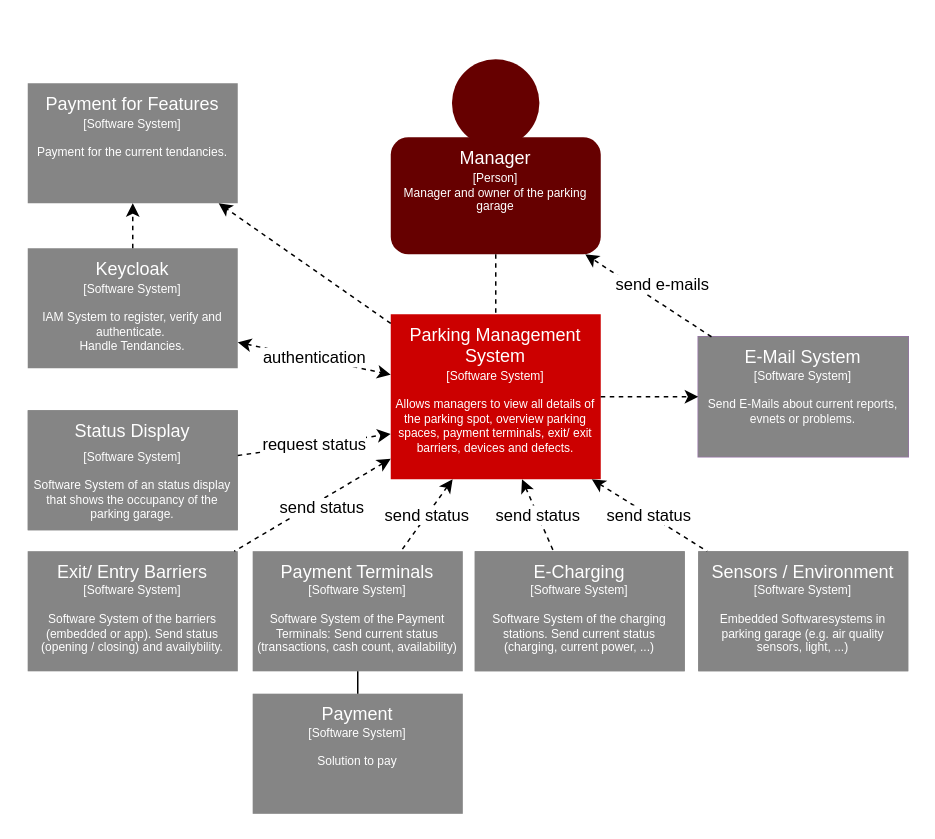
This is page "System Kontext" (2 of 8) of docu/parking_management.drawio from msi-cad-vw/.github, a draw.io file, before an edit. Source tidied: cells renumbered, new cells numbered last; positions are measured from the earlier drawing's top-left corner, leaving out a move shared by most shapes. Both pictures are drawn from the tidied source at 150%, with x=0, y=0 at pixel (26, 58).
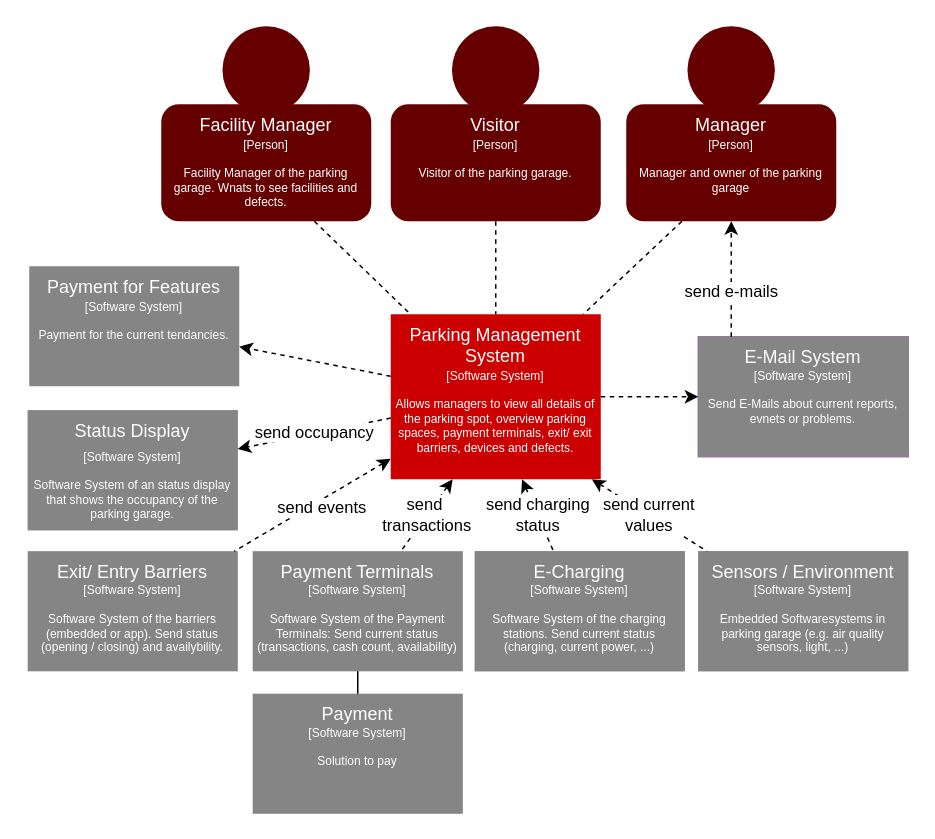
Above is the later version.

The change refers to these unchanged cells:
```xml
<mxCell id="3" style="group;" parent="2" vertex="1">
  <mxGeometry width="140" height="130" as="geometry" />
</mxCell>
<mxCell id="4" value="&lt;font style=&quot;line-height: 0.6;&quot; color=&quot;#ffffff&quot;&gt;&lt;font style=&quot;font-size: 12px;&quot;&gt;Manager&lt;/font&gt;&lt;br&gt;&lt;/font&gt;" style="rounded=1;whiteSpace=wrap;html=1;strokeColor=none;fillColor=#660000;verticalAlign=top;" parent="3" vertex="1">
  <mxGeometry y="52" width="140" height="78" as="geometry" />
</mxCell>
<mxCell id="9" value="Parking Management System" style="rounded=0;html=1;strokeColor=none;fillColor=#CC0000;fontColor=#FFFFFF;whiteSpace=wrap;verticalAlign=top;" parent="8" vertex="1">
  <mxGeometry width="140" height="110" as="geometry" />
</mxCell>
<mxCell id="10" value="&lt;span style=&quot;font-family: Helvetica; font-size: 8px; font-style: normal; font-variant-ligatures: normal; font-variant-caps: normal; font-weight: 400; letter-spacing: normal; orphans: 2; text-align: center; text-indent: 0px; text-transform: none; widows: 2; word-spacing: 0px; -webkit-text-stroke-width: 0px; text-decoration-thickness: initial; text-decoration-style: initial; text-decoration-color: initial; float: none; display: inline !important;&quot;&gt;[Software System]&lt;br&gt;&lt;br&gt;Allows managers to view all details of the parking spot, overview parking spaces, payment terminals, exit/ exit barriers, devices and defects.&lt;/span&gt;" style="text;html=1;strokeColor=none;fillColor=none;align=center;verticalAlign=top;whiteSpace=wrap;rounded=0;fontSize=8;fontColor=#FFFFFF;labelBackgroundColor=none;" parent="8" vertex="1">
  <mxGeometry y="30" width="140" height="80" as="geometry" />
</mxCell>
<mxCell id="12" value="E-Mail System" style="rounded=0;html=1;strokeColor=none;fillColor=#858585;fontColor=#FFFFFF;whiteSpace=wrap;verticalAlign=top;" parent="11" vertex="1">
  <mxGeometry width="140" height="80" as="geometry" />
</mxCell>
<mxCell id="15" value="Payment Terminals" style="rounded=0;html=1;strokeColor=none;fillColor=#858585;fontColor=#FFFFFF;whiteSpace=wrap;verticalAlign=top;" parent="14" vertex="1">
  <mxGeometry width="140" height="80" as="geometry" />
</mxCell>
<mxCell id="21" value="Sensors / Environment" style="rounded=0;html=1;strokeColor=none;fillColor=#858585;fontColor=#FFFFFF;whiteSpace=wrap;verticalAlign=top;" parent="20" vertex="1">
  <mxGeometry width="140" height="80" as="geometry" />
</mxCell>
<mxCell id="24" value="E-Charging" style="rounded=0;html=1;strokeColor=none;fillColor=#858585;fontColor=#FFFFFF;whiteSpace=wrap;verticalAlign=top;" parent="23" vertex="1">
  <mxGeometry width="140" height="80" as="geometry" />
</mxCell>
<mxCell id="26" style="edgeStyle=none;rounded=0;jettySize=auto;html=1;dashed=1;fontSize=11;fontColor=#FFFFFF;endArrow=none;endFill=0;startArrow=classic;startFill=1;" parent="1" edge="1" source="9" target="18">
  <mxGeometry relative="1" as="geometry" />
</mxCell>
<mxCell id="39" value="Status Display" style="rounded=0;html=1;strokeColor=none;fillColor=#858585;fontColor=#FFFFFF;whiteSpace=wrap;verticalAlign=top;" parent="38" vertex="1">
  <mxGeometry width="140" height="80" as="geometry" />
</mxCell>
<mxCell id="47" value="&lt;span style=&quot;font-family: Helvetica; font-size: 8px; font-style: normal; font-variant-ligatures: normal; font-variant-caps: normal; font-weight: 400; letter-spacing: normal; orphans: 2; text-align: center; text-indent: 0px; text-transform: none; widows: 2; word-spacing: 0px; -webkit-text-stroke-width: 0px; text-decoration-thickness: initial; text-decoration-style: initial; text-decoration-color: initial; float: none; display: inline !important;&quot;&gt;[Software System]&lt;br&gt;&lt;br&gt;Payment for the current tendancies.&lt;br&gt;&lt;/span&gt;" style="text;html=1;strokeColor=none;fillColor=none;align=center;verticalAlign=top;whiteSpace=wrap;rounded=0;fontSize=8;fontColor=#FFFFFF;labelBackgroundColor=none;" parent="45" vertex="1">
  <mxGeometry x="1" y="16" width="140" height="64" as="geometry" />
</mxCell>
```

What changed in the source:
```diff
@@
     <mxCell id="2" style="group;" parent="1" vertex="1">
-      <mxGeometry x="243" width="140" height="149" as="geometry" />
+      <mxGeometry x="400" y="-22" width="140" height="149" as="geometry" />
     </mxCell>
@@
-    <mxCell id="6" value="&lt;font style=&quot;line-height: 1;&quot;&gt;[Person]&lt;/font&gt;&lt;br style=&quot;font-size: 12px;&quot;&gt;Manager and owner of the parking garage" style="text;html=1;strokeColor=none;fillColor=none;align=center;verticalAlign=top;whiteSpace=wrap;rounded=0;fontSize=8;fontColor=#FFFFFF;labelBackgroundColor=none;" parent="3" vertex="1">
+    <mxCell id="6" value="&lt;font style=&quot;line-height: 1;&quot;&gt;[Person]&lt;br&gt;&lt;/font&gt;&lt;br&gt;Manager and owner of the parking garage" style="text;html=1;strokeColor=none;fillColor=none;align=center;verticalAlign=top;whiteSpace=wrap;rounded=0;fontSize=8;fontColor=#FFFFFF;labelBackgroundColor=none;" parent="3" vertex="1">
       <mxGeometry y="68" width="140" height="62" as="geometry" />
     </mxCell>
-    <mxCell id="7" style="edgeStyle=none;rounded=0;jettySize=auto;html=1;exitX=0.5;exitY=1;exitDx=0;exitDy=0;entryX=0.5;entryY=0;entryDx=0;entryDy=0;dashed=1;fontSize=8;fontColor=#FFFFFF;endArrow=none;endFill=0;" parent="1" edge="1" source="4">
-      <mxGeometry relative="1" as="geometry">
-        <mxPoint x="313" y="170" as="targetPoint" />
-      </mxGeometry>
+    <mxCell id="7" style="edgeStyle=none;rounded=0;jettySize=auto;html=1;dashed=1;fontSize=8;fontColor=#FFFFFF;endArrow=none;endFill=0;" parent="1" edge="1" source="6" target="9">
+      <mxGeometry relative="1" as="geometry" />
     </mxCell>
@@
-    <mxCell id="27" value="send status" style="edgeLabel;html=1;align=center;verticalAlign=middle;fontSize=11;" parent="26" vertex="1">
+    <mxCell id="27" value="send events" style="edgeLabel;html=1;align=center;verticalAlign=middle;fontSize=11;" parent="26" vertex="1">
       <mxGeometry x="-0.08" y="4" relative="1" as="geometry" />
     </mxCell>
-    <mxCell id="28" value="send status" style="edgeStyle=none;rounded=0;jettySize=auto;html=1;dashed=1;fontSize=11;fontColor=#000000;endArrow=none;endFill=0;startArrow=classic;startFill=1;" parent="1" edge="1" source="10" target="15">
+    <mxCell id="28" value="send&amp;nbsp;&lt;br&gt;transactions" style="edgeStyle=none;rounded=0;jettySize=auto;html=1;dashed=1;fontSize=11;fontColor=#000000;endArrow=none;endFill=0;startArrow=classic;startFill=1;" parent="1" edge="1" source="10" target="15">
       <mxGeometry relative="1" as="geometry" />
     </mxCell>
@@
-    <mxCell id="30" value="&lt;font color=&quot;#000000&quot;&gt;send status&lt;/font&gt;" style="edgeStyle=none;rounded=0;jettySize=auto;html=1;dashed=1;fontSize=11;fontColor=#FFFFFF;endArrow=none;endFill=0;startArrow=classic;startFill=1;" parent="1" edge="1" source="10" target="21">
+    <mxCell id="30" value="&lt;font color=&quot;#000000&quot;&gt;send current&lt;br&gt;values&lt;br&gt;&lt;/font&gt;" style="edgeStyle=none;rounded=0;jettySize=auto;html=1;dashed=1;fontSize=11;fontColor=#FFFFFF;endArrow=none;endFill=0;startArrow=classic;startFill=1;" parent="1" edge="1" source="10" target="21">
       <mxGeometry relative="1" as="geometry" />
     </mxCell>
-    <mxCell id="31" value="send status" style="edgeStyle=none;rounded=0;jettySize=auto;html=1;dashed=1;fontSize=11;fontColor=#000000;endArrow=none;endFill=0;startArrow=classic;startFill=1;" parent="1" edge="1" source="10" target="24">
+    <mxCell id="31" value="send charging&lt;br&gt;status" style="edgeStyle=none;rounded=0;jettySize=auto;html=1;dashed=1;fontSize=11;fontColor=#000000;endArrow=none;endFill=0;startArrow=classic;startFill=1;" parent="1" edge="1" source="10" target="24">
       <mxGeometry relative="1" as="geometry" />
     </mxCell>
-    <mxCell id="32" style="rounded=0;jettySize=auto;html=1;startArrow=none;startFill=0;endArrow=classic;endFill=1;dashed=1;" parent="1" edge="1" source="12" target="4">
+    <mxCell id="32" style="rounded=0;jettySize=auto;html=1;startArrow=none;startFill=0;endArrow=classic;endFill=1;dashed=1;exitX=0.157;exitY=0.001;exitDx=0;exitDy=0;exitPerimeter=0;" parent="1" edge="1" source="12" target="4">
       <mxGeometry relative="1" as="geometry" />
     </mxCell>
     <mxCell id="33" value="send e-mails" style="edgeLabel;html=1;align=center;verticalAlign=middle;" parent="32" vertex="1">
       <mxGeometry x="0.45" y="6" relative="1" as="geometry">
-        <mxPoint x="31" y="-1" as="offset" />
+        <mxPoint x="6" y="25" as="offset" />
       </mxGeometry>
     </mxCell>
-    <mxCell id="34" style="group;" parent="1" vertex="1">
-      <mxGeometry y="126" width="141" height="80" as="geometry" />
-    </mxCell>
-    <mxCell id="35" value="Keycloak" style="rounded=0;html=1;strokeColor=none;fillColor=#858585;fontColor=#FFFFFF;whiteSpace=wrap;verticalAlign=top;" parent="34" vertex="1">
-      <mxGeometry x="1" width="140" height="80" as="geometry" />
-    </mxCell>
-    <mxCell id="36" value="&lt;span style=&quot;font-family: Helvetica; font-size: 8px; font-style: normal; font-variant-ligatures: normal; font-variant-caps: normal; font-weight: 400; letter-spacing: normal; orphans: 2; text-align: center; text-indent: 0px; text-transform: none; widows: 2; word-spacing: 0px; -webkit-text-stroke-width: 0px; text-decoration-thickness: initial; text-decoration-style: initial; text-decoration-color: initial; float: none; display: inline !important;&quot;&gt;[Software System]&lt;br&gt;&lt;br&gt;IAM System to register, verify and authenticate.&amp;nbsp;&lt;br&gt;Handle Tendancies.&lt;br&gt;&lt;/span&gt;" style="text;html=1;strokeColor=none;fillColor=none;align=center;verticalAlign=top;whiteSpace=wrap;rounded=0;fontSize=8;fontColor=#FFFFFF;labelBackgroundColor=none;" parent="34" vertex="1">
-      <mxGeometry x="1" y="16" width="140" height="64" as="geometry" />
-    </mxCell>
-    <mxCell id="37" value="authentication" style="edgeStyle=none;rounded=0;jettySize=auto;html=1;dashed=1;startArrow=classic;startFill=1;endArrow=classic;endFill=1;" parent="1" edge="1" source="36" target="9">
-      <mxGeometry relative="1" as="geometry" />
-    </mxCell>
@@
     <mxCell id="45" style="group;" parent="1" vertex="1">
-      <mxGeometry y="16" width="141" height="80" as="geometry" />
+      <mxGeometry x="1" y="138" width="141" height="80" as="geometry" />
     </mxCell>
@@
-    <mxCell id="48" style="edgeStyle=none;rounded=0;jettySize=auto;html=1;fontSize=9;endArrow=classic;endFill=1;dashed=1;startArrow=none;startFill=0;" parent="1" edge="1" source="35" target="47">
-      <mxGeometry relative="1" as="geometry" />
-    </mxCell>
@@
-    <mxCell id="50" value="request status" style="edgeStyle=none;rounded=0;jettySize=auto;html=1;fontSize=11;startArrow=none;startFill=0;endArrow=classic;endFill=1;dashed=1;" parent="1" edge="1" source="39" target="10">
+    <mxCell id="50" value="send occupancy" style="edgeStyle=none;rounded=0;jettySize=auto;html=1;fontSize=11;startArrow=none;startFill=0;endArrow=classic;endFill=1;dashed=1;" parent="1" edge="1" source="9" target="39">
       <mxGeometry relative="1" as="geometry" />
     </mxCell>
+    <mxCell id="51" style="group;" parent="1" vertex="1">
+      <mxGeometry x="90" y="-22" width="140" height="149" as="geometry" />
+    </mxCell>
+    <mxCell id="52" style="group;" parent="51" vertex="1">
+      <mxGeometry width="140" height="130" as="geometry" />
+    </mxCell>
+    <mxCell id="53" value="&lt;font style=&quot;line-height: 0.6;&quot; color=&quot;#ffffff&quot;&gt;&lt;font style=&quot;font-size: 12px;&quot;&gt;Facility Manager&lt;/font&gt;&lt;br&gt;&lt;/font&gt;" style="rounded=1;whiteSpace=wrap;html=1;strokeColor=none;fillColor=#660000;verticalAlign=top;" parent="52" vertex="1">
+      <mxGeometry y="52" width="140" height="78" as="geometry" />
+    </mxCell>
+    <mxCell id="54" style="ellipse;whiteSpace=wrap;html=1;strokeColor=none;fillColor=#660000;" parent="52" vertex="1">
+      <mxGeometry x="40.8" width="58.3" height="58.3" as="geometry" />
+    </mxCell>
+    <mxCell id="55" value="&lt;font style=&quot;line-height: 1;&quot;&gt;[Person]&lt;br&gt;&lt;/font&gt;&lt;br&gt;Facility Manager of the parking garage. Wnats to see facilities and defects." style="text;html=1;strokeColor=none;fillColor=none;align=center;verticalAlign=top;whiteSpace=wrap;rounded=0;fontSize=8;fontColor=#FFFFFF;labelBackgroundColor=none;" parent="52" vertex="1">
+      <mxGeometry y="68" width="140" height="62" as="geometry" />
+    </mxCell>
+    <mxCell id="56" style="edgeStyle=none;rounded=0;jettySize=auto;html=1;endArrow=none;endFill=0;dashed=1;" parent="1" edge="1" source="55" target="9">
+      <mxGeometry relative="1" as="geometry" />
+    </mxCell>
+    <mxCell id="57" style="group;" parent="1" vertex="1">
+      <mxGeometry x="243" y="-22" width="140" height="164.5" as="geometry" />
+    </mxCell>
+    <mxCell id="58" style="group;" parent="57" vertex="1">
+      <mxGeometry width="140" height="130" as="geometry" />
+    </mxCell>
+    <mxCell id="59" value="&lt;font style=&quot;line-height: 0.6;&quot; color=&quot;#ffffff&quot;&gt;&lt;font style=&quot;font-size: 12px;&quot;&gt;Visitor&lt;/font&gt;&lt;br&gt;&lt;/font&gt;" style="rounded=1;whiteSpace=wrap;html=1;strokeColor=none;fillColor=#660000;verticalAlign=top;" parent="58" vertex="1">
+      <mxGeometry y="52" width="140" height="78" as="geometry" />
+    </mxCell>
+    <mxCell id="60" style="ellipse;whiteSpace=wrap;html=1;strokeColor=none;fillColor=#660000;" parent="58" vertex="1">
+      <mxGeometry x="40.8" width="58.3" height="58.3" as="geometry" />
+    </mxCell>
+    <mxCell id="61" value="&lt;font style=&quot;line-height: 1;&quot;&gt;[Person]&lt;br&gt;&lt;/font&gt;&lt;br&gt;Visitor of the parking garage." style="text;html=1;strokeColor=none;fillColor=none;align=center;verticalAlign=top;whiteSpace=wrap;rounded=0;fontSize=8;fontColor=#FFFFFF;labelBackgroundColor=none;" parent="58" vertex="1">
+      <mxGeometry y="68" width="140" height="62" as="geometry" />
+    </mxCell>
+    <mxCell id="62" style="edgeStyle=none;rounded=0;jettySize=auto;html=1;dashed=1;endArrow=none;endFill=0;" parent="1" edge="1" source="61" target="9">
+      <mxGeometry relative="1" as="geometry" />
+    </mxCell>
```
